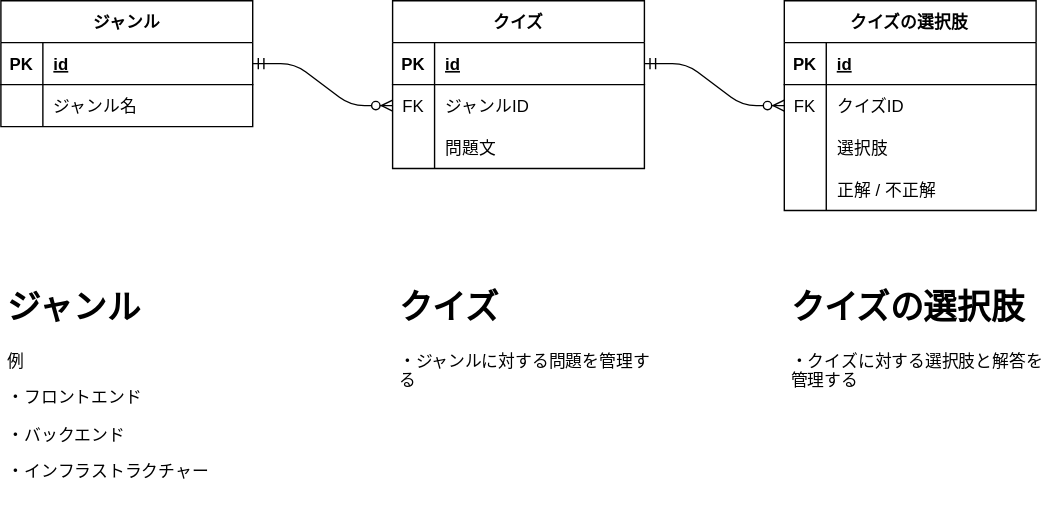
This is 002-develop/web-developer-training-design/ER_web-developer-training.drawio.svg from sekine555/web-developer-training, a draw.io export, as it was before one commit. Source tidied: cells renumbered, new cells last; positions are measured from the earlier drawing's top-left corner, leaving out a move shared by most shapes.
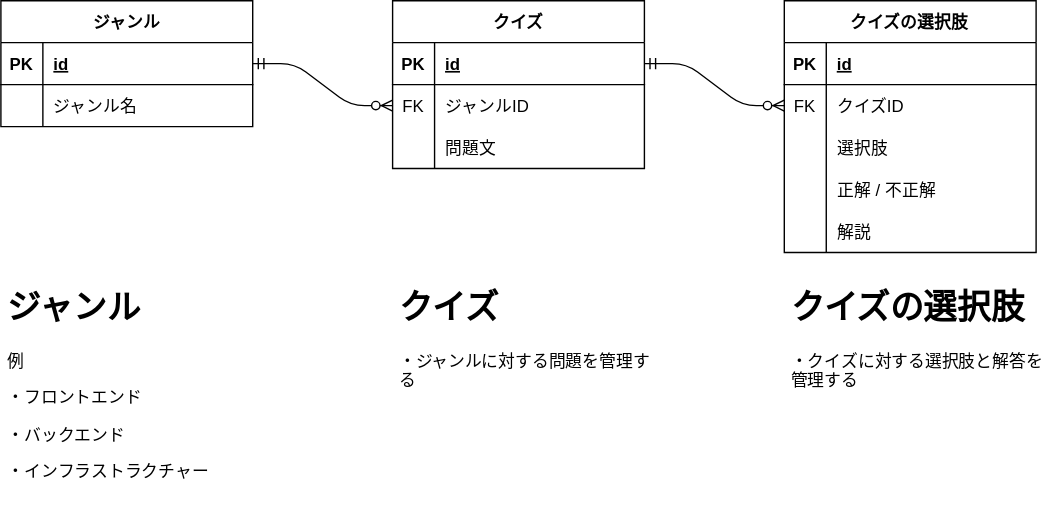
After the commit.

Commit message:
クイズの解説列を追加

Diff of the diagram source:
```diff
@@ -63,7 +63,7 @@
       <mxGeometry x="280" y="200" width="190" height="120" as="geometry" />
     </mxCell>
     <mxCell id="22" value="クイズの選択肢" style="shape=table;startSize=30;rowLines=0;fontStyle=1;align=center;" parent="1" vertex="1">
-      <mxGeometry x="560" width="180" height="150" as="geometry" />
+      <mxGeometry x="560" width="180" height="180" as="geometry" />
     </mxCell>
     <mxCell id="23" style="shape=tableRow;horizontal=0;startSize=0;swimlaneHead=0;swimlaneBody=0;fillColor=none;top=0;left=0;right=0;bottom=1;" parent="22" vertex="1">
       <mxGeometry y="30" width="180" height="30" as="geometry" />
@@ -101,6 +101,15 @@
     <mxCell id="34" value="正解 / 不正解" style="shape=partialRectangle;fillColor=none;top=0;left=0;bottom=0;right=0;align=left;spacingLeft=6;overflow=hidden;" parent="32" vertex="1">
       <mxGeometry x="30" width="150" height="30" as="geometry" />
     </mxCell>
+    <mxCell id="37" style="shape=tableRow;horizontal=0;startSize=0;swimlaneHead=0;swimlaneBody=0;fillColor=none;top=0;left=0;right=0;bottom=0;" parent="22" vertex="1">
+      <mxGeometry y="150" width="180" height="30" as="geometry" />
+    </mxCell>
+    <mxCell id="38" style="shape=partialRectangle;fillColor=none;top=0;left=0;bottom=0;right=0;overflow=hidden;" parent="37" vertex="1">
+      <mxGeometry width="30" height="30" as="geometry" />
+    </mxCell>
+    <mxCell id="39" value="解説" style="shape=partialRectangle;fillColor=none;top=0;left=0;bottom=0;right=0;align=left;spacingLeft=6;overflow=hidden;" parent="37" vertex="1">
+      <mxGeometry x="30" width="150" height="30" as="geometry" />
+    </mxCell>
     <mxCell id="35" style="edgeStyle=entityRelationEdgeStyle;fontSize=12;html=1;endArrow=ERzeroToMany;startArrow=ERmandOne;exitX=1;exitY=0.5;exitDx=0;exitDy=0;entryX=0;entryY=0.5;entryDx=0;entryDy=0;" parent="1" edge="1" source="10" target="26">
       <mxGeometry relative="1" as="geometry" />
     </mxCell>
```
